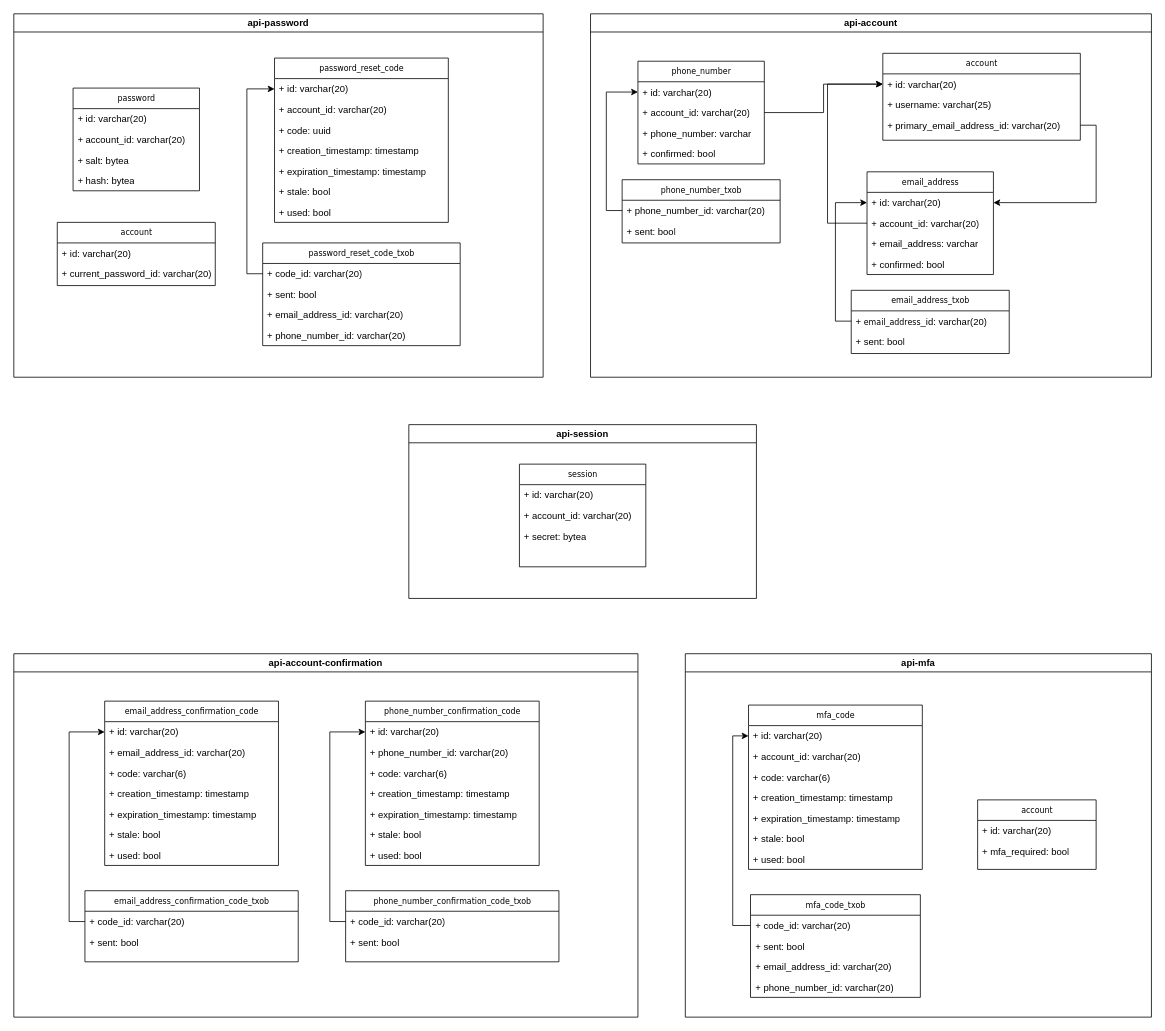
The draw.io diagram page "db-schema" (1 of 3) of architecture.drawio in AlpacaLabs/protorepo, before the edit. Source tidied: cells renumbered, new cells numbered last; positions are measured from the earlier drawing's top-left corner, leaving out a move shared by most shapes. Both pictures are drawn from the tidied source at 79%, with x=0, y=0 at pixel (13, 13).
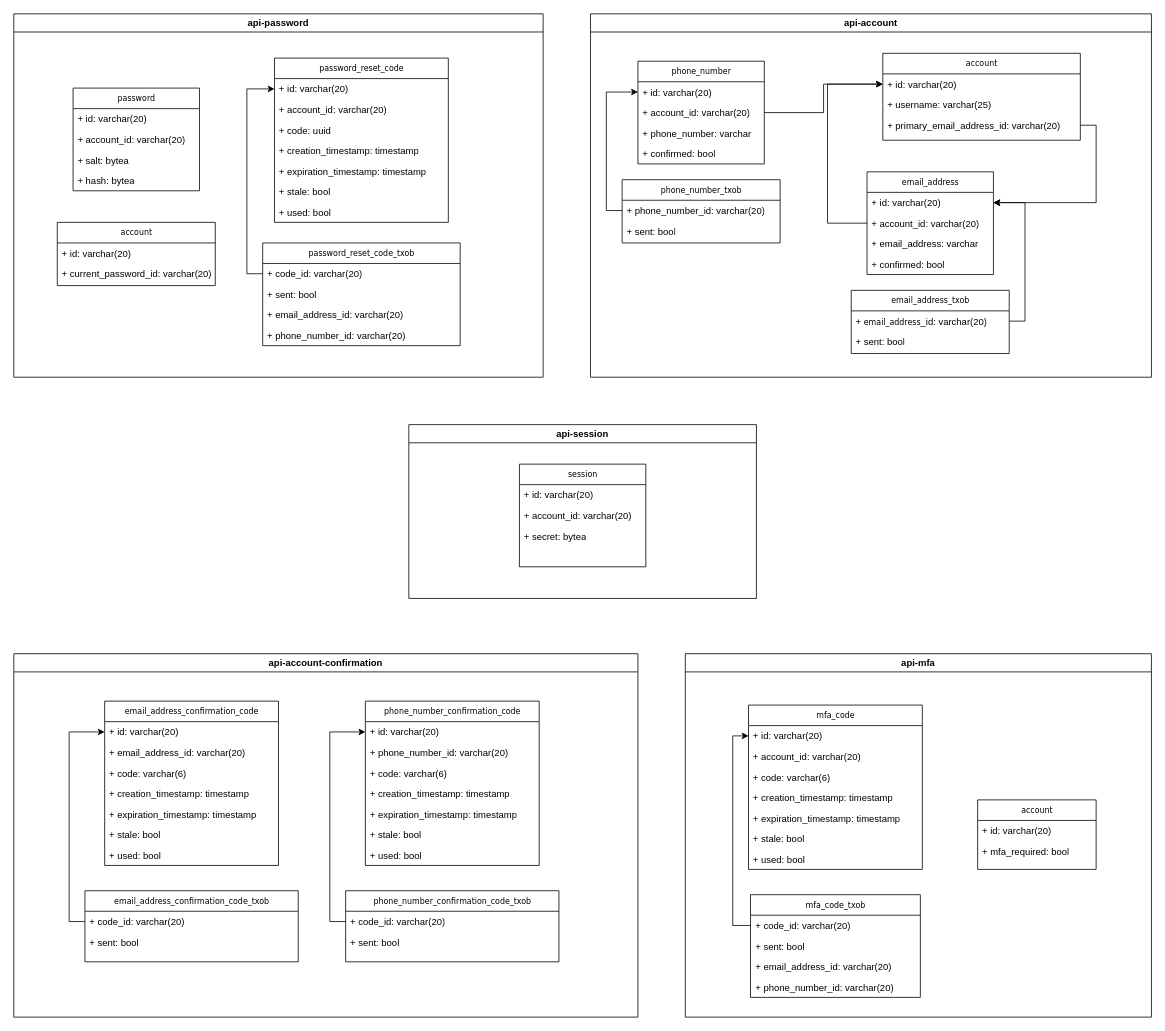
The same page after the edit.

Commit message:
Update architecture diagram

The change refers to these unchanged cells:
```xml
<mxCell id="68" value="api-account" style="swimlane;" parent="1" vertex="1">
  <mxGeometry x="730" width="710" height="460" as="geometry" />
</mxCell>
<mxCell id="79" value="+ id: varchar(20)" style="text;html=1;strokeColor=none;fillColor=none;align=left;verticalAlign=top;spacingLeft=4;spacingRight=4;whiteSpace=wrap;overflow=hidden;points=[[0,0.5],[1,0.5]];portConstraint=eastwest;" parent="78" vertex="1">
  <mxGeometry y="26" width="160" height="26" as="geometry" />
</mxCell>
<mxCell id="91" value="+&amp;nbsp;&lt;span style=&quot;font-family: &amp;#34;verdana&amp;#34; ; font-size: 10px ; text-align: center&quot;&gt;email_address&lt;/span&gt;_id: varchar(20)" style="text;html=1;strokeColor=none;fillColor=none;align=left;verticalAlign=top;spacingLeft=4;spacingRight=4;whiteSpace=wrap;overflow=hidden;points=[[0,0.5],[1,0.5]];portConstraint=eastwest;" parent="90" vertex="1">
  <mxGeometry y="26" width="200" height="26" as="geometry" />
</mxCell>
```

Change to the diagram source:
```diff
@@
-    <mxCell id="93" style="edgeStyle=orthogonalEdgeStyle;rounded=0;jettySize=auto;html=1;exitX=0;exitY=0.5;exitDx=0;exitDy=0;entryX=0;entryY=0.5;entryDx=0;entryDy=0;" parent="68" edge="1" source="91" target="79">
+    <mxCell id="93" style="edgeStyle=orthogonalEdgeStyle;rounded=0;jettySize=auto;html=1;exitX=1;exitY=0.5;exitDx=0;exitDy=0;entryX=1;entryY=0.5;entryDx=0;entryDy=0;" parent="68" edge="1" source="91" target="79">
       <mxGeometry relative="1" as="geometry" />
     </mxCell>
```
